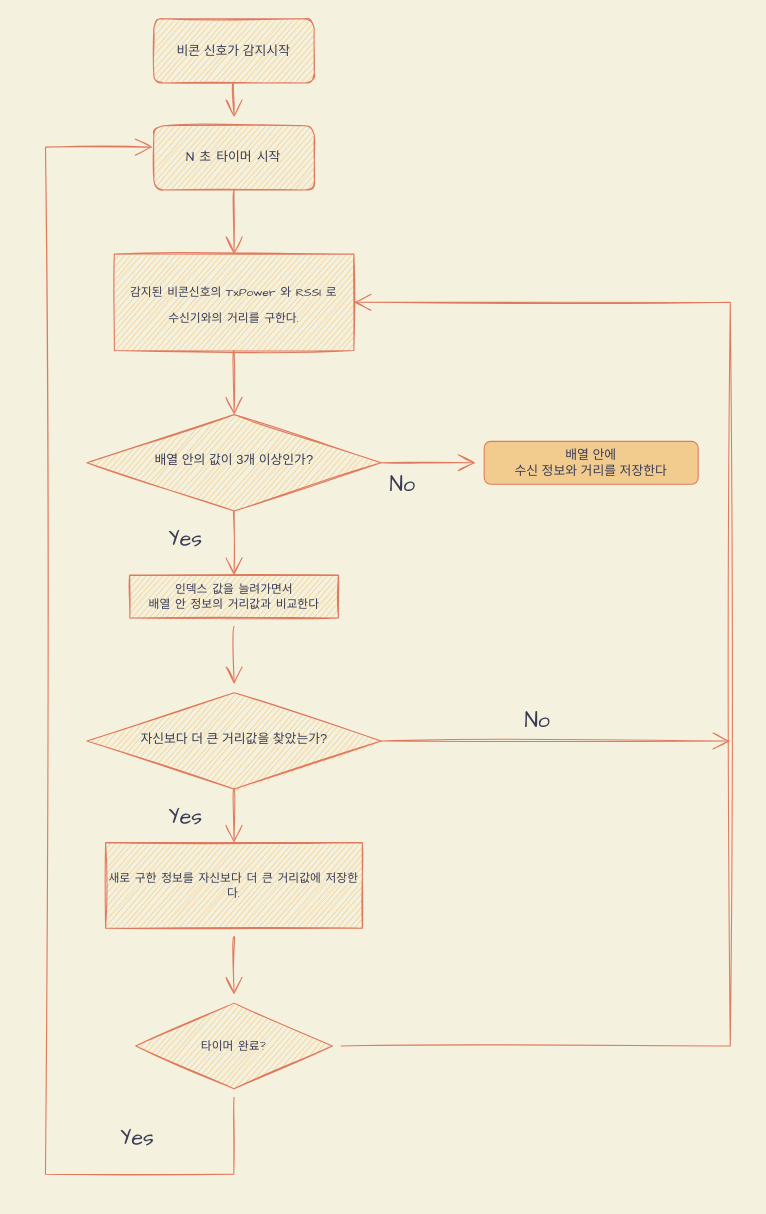
Above: Untitled Diagram.drawio in alalai012/Memo (draw.io), before the change. Source tidied: cells renumbered, new cells numbered last; positions are measured from the earlier drawing's top-left corner, leaving out a move shared by most shapes. Both pictures are drawn from the tidied source at 107%, with x=0, y=0 at pixel (45, 18).
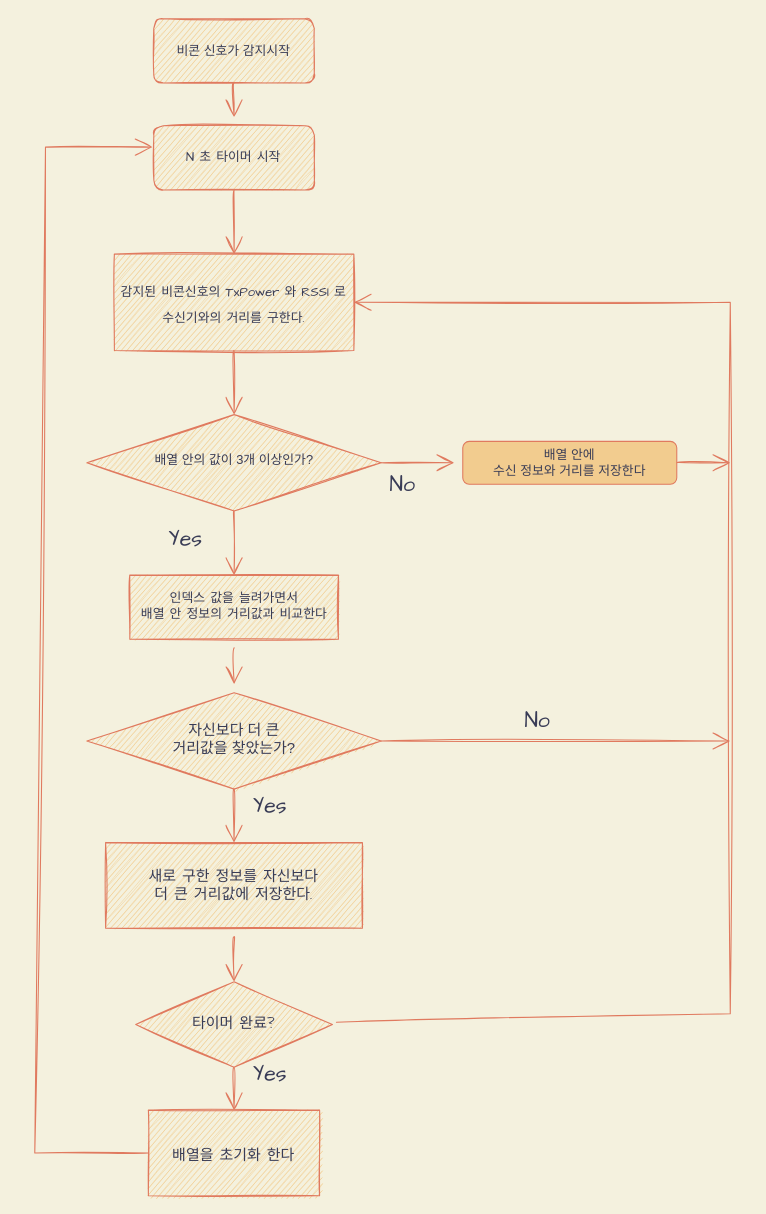
Above is the later version.

Change to the diagram source:
```diff
@@
+    <mxCell id="27" style="edgeStyle=none;curved=1;rounded=1;sketch=1;hachureGap=4;jettySize=auto;html=1;exitX=1;exitY=0.5;exitDx=0;exitDy=0;fontFamily=Architects Daughter;fontSize=12;fontColor=#393C56;endArrow=open;startSize=14;endSize=14;sourcePerimeterSpacing=8;targetPerimeterSpacing=8;strokeColor=#E07A5F;fillColor=#F2CC8F;" parent="1" edge="1" source="7">
+      <mxGeometry relative="1" as="geometry">
+        <mxPoint x="532" y="415" as="targetPoint" />
+      </mxGeometry>
+    </mxCell>
+    <mxCell id="28" style="edgeStyle=none;curved=1;rounded=1;sketch=1;hachureGap=4;jettySize=auto;html=1;exitX=1;exitY=0.5;exitDx=0;exitDy=0;fontFamily=Architects Daughter;fontSize=12;fontColor=#393C56;endArrow=open;startSize=14;endSize=14;sourcePerimeterSpacing=8;targetPerimeterSpacing=8;strokeColor=#E07A5F;fillColor=#F2CC8F;" parent="1" edge="1" source="7">
+      <mxGeometry relative="1" as="geometry">
+        <mxPoint x="640" y="415" as="targetPoint" />
+      </mxGeometry>
+    </mxCell>
     <mxCell id="7" value="배열 안에&lt;br&gt;수신 정보와 거리를 저장한다" style="rounded=1;whiteSpace=wrap;html=1;fontSize=12;glass=0;strokeWidth=1;shadow=0;fillColor=#F2CC8F;strokeColor=#E07A5F;fontColor=#393C56;" parent="1" vertex="1">
-      <mxGeometry x="410" y="395" width="200" height="40" as="geometry" />
+      <mxGeometry x="390" y="395" width="200" height="40" as="geometry" />
     </mxCell>
@@
-    <mxCell id="9" value="&lt;font style=&quot;font-size: 11px&quot;&gt;감지된 비콘신호의 TxPower 와 RSSI 로&lt;br&gt;수신기와의 거리를 구한다.&lt;/font&gt;" style="rounded=0;whiteSpace=wrap;html=1;sketch=1;hachureGap=4;fontFamily=Architects Daughter;fontSize=20;fillColor=#F2CC8F;strokeColor=#E07A5F;fontColor=#393C56;" parent="1" vertex="1">
+    <mxCell id="9" value="&lt;font style=&quot;font-size: 12px&quot;&gt;감지된 비콘신호의 TxPower 와 RSSI 로&lt;br&gt;수신기와의 거리를 구한다.&lt;/font&gt;" style="rounded=0;whiteSpace=wrap;html=1;sketch=1;hachureGap=4;fontFamily=Architects Daughter;fontSize=20;fillColor=#F2CC8F;strokeColor=#E07A5F;fontColor=#393C56;" parent="1" vertex="1">
       <mxGeometry x="64.4" y="220" width="223.8" height="90" as="geometry" />
     </mxCell>
@@
-    <mxCell id="11" value="인덱스 값을 늘려가면서&lt;br&gt;배열 안 정보의 거리값과 비교한다" style="rounded=0;whiteSpace=wrap;html=1;sketch=1;hachureGap=4;fontFamily=Architects Daughter;fontSize=11;fillColor=#F2CC8F;strokeColor=#E07A5F;fontColor=#393C56;" parent="1" vertex="1">
-      <mxGeometry x="78.8" y="520" width="195" height="40" as="geometry" />
+    <mxCell id="11" value="&lt;font style=&quot;font-size: 12px&quot;&gt;인덱스 값을 늘려가면서&lt;br&gt;배열 안 정보의 거리값과 비교한다&lt;/font&gt;" style="rounded=0;whiteSpace=wrap;html=1;sketch=1;hachureGap=4;fontFamily=Architects Daughter;fontSize=11;fillColor=#F2CC8F;strokeColor=#E07A5F;fontColor=#393C56;" parent="1" vertex="1">
+      <mxGeometry x="78.8" y="520" width="195" height="60" as="geometry" />
     </mxCell>
@@
-    <mxCell id="14" value="자신보다 더 큰 거리값을 찾았는가?" style="rhombus;whiteSpace=wrap;html=1;shadow=0;fontFamily=Helvetica;fontSize=12;align=center;strokeWidth=1;spacing=6;spacingTop=-4;sketch=1;fillColor=#F2CC8F;strokeColor=#E07A5F;fontColor=#393C56;" parent="1" vertex="1">
+    <mxCell id="14" value="&lt;font style=&quot;font-size: 14px&quot;&gt;자신보다 더 큰&lt;br&gt;거리값을 찾았는가?&lt;/font&gt;" style="rhombus;whiteSpace=wrap;html=1;shadow=0;fontFamily=Helvetica;fontSize=12;align=center;strokeWidth=1;spacing=6;spacingTop=-4;sketch=1;fillColor=#F2CC8F;strokeColor=#E07A5F;fontColor=#393C56;" parent="1" vertex="1">
       <mxGeometry x="38.8" y="630" width="275" height="90" as="geometry" />
     </mxCell>
-    <mxCell id="15" style="edgeStyle=none;curved=1;rounded=0;sketch=1;hachureGap=4;jettySize=auto;html=1;fontFamily=Architects Daughter;fontSize=11;endArrow=open;startSize=14;endSize=14;sourcePerimeterSpacing=8;targetPerimeterSpacing=8;labelBackgroundColor=#F4F1DE;strokeColor=#E07A5F;fontColor=#393C56;" parent="1" edge="1" source="16" target="21">
+    <mxCell id="15" style="edgeStyle=none;curved=1;rounded=0;sketch=1;hachureGap=4;jettySize=auto;html=1;fontFamily=Architects Daughter;fontSize=11;endArrow=open;startSize=14;endSize=14;sourcePerimeterSpacing=8;targetPerimeterSpacing=8;labelBackgroundColor=#F4F1DE;strokeColor=#E07A5F;fontColor=#393C56;entryX=0.5;entryY=0;entryDx=0;entryDy=0;" parent="1" edge="1" source="16" target="21">
       <mxGeometry relative="1" as="geometry" />
     </mxCell>
-    <mxCell id="16" value="새로 구한 정보를 자신보다 더 큰 거리값에 저장한다." style="rounded=0;whiteSpace=wrap;html=1;sketch=1;hachureGap=4;fontFamily=Architects Daughter;fontSize=11;fillColor=#F2CC8F;strokeColor=#E07A5F;fontColor=#393C56;" parent="1" vertex="1">
+    <mxCell id="16" value="&lt;font style=&quot;font-size: 14px&quot;&gt;새로 구한 정보를 자신보다&lt;br&gt;더 큰 거리값에 저장한다.&lt;/font&gt;" style="rounded=0;whiteSpace=wrap;html=1;sketch=1;hachureGap=4;fontFamily=Architects Daughter;fontSize=11;fillColor=#F2CC8F;strokeColor=#E07A5F;fontColor=#393C56;" parent="1" vertex="1">
       <mxGeometry x="56.2" y="770" width="240" height="80" as="geometry" />
     </mxCell>
@@
-    <mxCell id="19" style="edgeStyle=none;rounded=0;sketch=1;hachureGap=4;jettySize=auto;html=1;fontFamily=Architects Daughter;fontSize=11;endArrow=open;startSize=14;endSize=14;sourcePerimeterSpacing=8;targetPerimeterSpacing=8;labelBackgroundColor=#F4F1DE;strokeColor=#E07A5F;fontColor=#393C56;" parent="1" edge="1" source="21">
+    <mxCell id="19" style="edgeStyle=none;rounded=0;sketch=1;hachureGap=4;jettySize=auto;html=1;fontFamily=Architects Daughter;fontSize=11;endArrow=open;startSize=14;endSize=14;sourcePerimeterSpacing=8;targetPerimeterSpacing=8;labelBackgroundColor=#F4F1DE;strokeColor=#E07A5F;fontColor=#393C56;exitX=0;exitY=0.5;exitDx=0;exitDy=0;" parent="1" edge="1" source="30">
       <mxGeometry relative="1" as="geometry">
         <mxPoint x="100" y="120" as="targetPoint" />
         <Array as="points">
-          <mxPoint x="176" y="1080" />
-          <mxPoint y="1080" />
+          <mxPoint x="-10" y="1060" />
           <mxPoint y="120" />
         </Array>
       </mxGeometry>
     </mxCell>
     <mxCell id="20" style="edgeStyle=none;rounded=0;sketch=1;hachureGap=4;jettySize=auto;html=1;fontFamily=Architects Daughter;fontSize=11;endArrow=open;startSize=14;endSize=14;sourcePerimeterSpacing=8;targetPerimeterSpacing=8;entryX=1;entryY=0.5;entryDx=0;entryDy=0;labelBackgroundColor=#F4F1DE;strokeColor=#E07A5F;fontColor=#393C56;" parent="1" edge="1" source="21" target="9">
       <mxGeometry relative="1" as="geometry">
         <Array as="points">
-          <mxPoint x="640" y="960" />
+          <mxPoint x="640" y="930" />
           <mxPoint x="640" y="265" />
         </Array>
       </mxGeometry>
     </mxCell>
+    <mxCell id="29" style="edgeStyle=none;curved=1;rounded=1;sketch=1;hachureGap=4;jettySize=auto;html=1;exitX=0.5;exitY=1;exitDx=0;exitDy=0;entryX=0.5;entryY=0;entryDx=0;entryDy=0;fontFamily=Architects Daughter;fontSize=16;fontColor=#393C56;endArrow=open;startSize=14;endSize=14;sourcePerimeterSpacing=8;targetPerimeterSpacing=8;strokeColor=#E07A5F;fillColor=#F2CC8F;" parent="1" edge="1" source="21" target="30">
+      <mxGeometry relative="1" as="geometry" />
+    </mxCell>
-    <mxCell id="21" value="타이머 완료?" style="rhombus;whiteSpace=wrap;html=1;sketch=1;hachureGap=4;fontFamily=Architects Daughter;fontSize=11;fillColor=#F2CC8F;strokeColor=#E07A5F;fontColor=#393C56;" parent="1" vertex="1">
-      <mxGeometry x="84.4" y="920" width="183.8" height="80" as="geometry" />
+    <mxCell id="21" value="&lt;font style=&quot;font-size: 14px&quot;&gt;타이머 완료?&lt;/font&gt;" style="rhombus;whiteSpace=wrap;html=1;sketch=1;hachureGap=4;fontFamily=Architects Daughter;fontSize=11;fillColor=#F2CC8F;strokeColor=#E07A5F;fontColor=#393C56;" parent="1" vertex="1">
+      <mxGeometry x="84.4" y="900" width="183.8" height="80" as="geometry" />
     </mxCell>
@@
     <mxCell id="23" value="Yes" style="text;strokeColor=none;fillColor=none;html=1;align=center;verticalAlign=middle;whiteSpace=wrap;rounded=0;sketch=1;hachureGap=4;fontFamily=Architects Daughter;fontSize=20;fontColor=#393C56;" parent="1" vertex="1">
-      <mxGeometry x="101.2" y="730" width="60" height="30" as="geometry" />
+      <mxGeometry x="180" y="720" width="60" height="30" as="geometry" />
     </mxCell>
     <mxCell id="24" value="Yes" style="text;strokeColor=none;fillColor=none;html=1;align=center;verticalAlign=middle;whiteSpace=wrap;rounded=0;sketch=1;hachureGap=4;fontFamily=Architects Daughter;fontSize=20;fontColor=#393C56;" parent="1" vertex="1">
-      <mxGeometry x="56.2" y="1030" width="60" height="30" as="geometry" />
+      <mxGeometry x="180" y="970" width="60" height="30" as="geometry" />
     </mxCell>
@@
+    <mxCell id="30" value="&lt;font style=&quot;font-size: 14px&quot;&gt;배열을 초기화 한다&lt;/font&gt;" style="rounded=0;whiteSpace=wrap;html=1;sketch=1;hachureGap=4;fontFamily=Architects Daughter;fontSize=20;fontColor=#393C56;strokeColor=#E07A5F;fillColor=#F2CC8F;" parent="1" vertex="1">
+      <mxGeometry x="96.2" y="1020" width="160" height="80" as="geometry" />
+    </mxCell>
```
